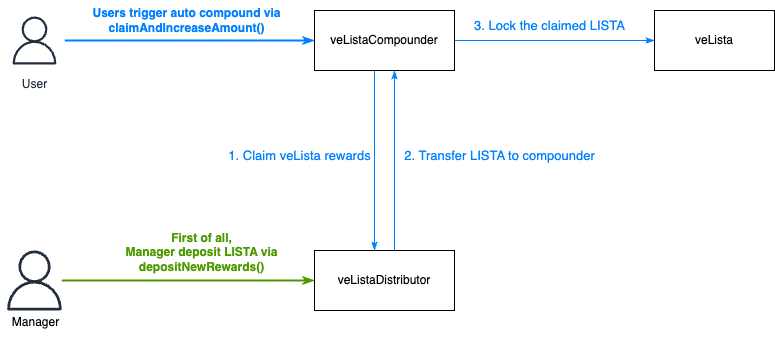
This is diagrams/velista-auto-compound.drawio.png from lista-dao/lista-token, a draw.io export, as it was before one commit. Source tidied: cells renumbered, new cells last; positions are measured from the earlier drawing's top-left corner, leaving out a move shared by most shapes.
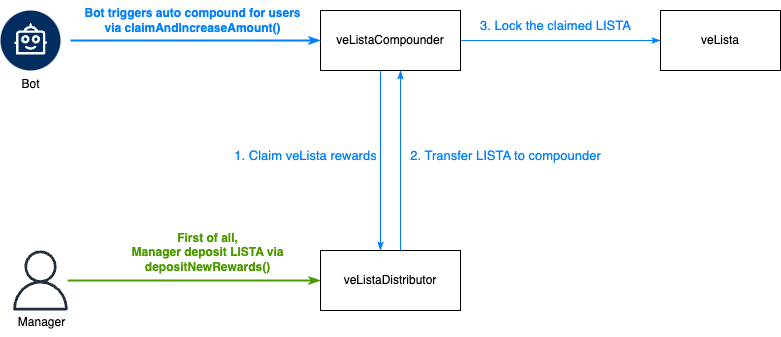
After the change.

Commit message:
chore: update diagram for velista auto compound

The edit, as a diff of the source:
```diff
@@ -23,15 +23,14 @@
     <mxCell id="7" value="veListaCompounder" style="rounded=0;whiteSpace=wrap;html=1;" parent="1" vertex="1">
       <mxGeometry x="314" y="10" width="140" height="60" as="geometry" />
     </mxCell>
-    <mxCell id="8" style="edgeStyle=orthogonalEdgeStyle;rounded=0;jettySize=auto;html=1;exitX=0;exitY=0.5;exitDx=0;exitDy=0;startArrow=classicThin;startFill=1;endArrow=none;endFill=0;strokeWidth=2;strokeColor=#007FFF;" parent="1" edge="1" source="7" target="10">
-      <mxGeometry relative="1" as="geometry" />
+    <mxCell id="8" style="edgeStyle=orthogonalEdgeStyle;rounded=0;jettySize=auto;html=1;exitX=0;exitY=0.5;exitDx=0;exitDy=0;startArrow=classicThin;startFill=1;endArrow=none;endFill=0;strokeWidth=2;strokeColor=#007FFF;" parent="1" edge="1" source="7">
+      <mxGeometry relative="1" as="geometry">
+        <mxPoint x="64" y="40" as="targetPoint" />
+      </mxGeometry>
     </mxCell>
-    <mxCell id="9" value="&lt;b&gt;&lt;font color=&quot;#007fff&quot;&gt;Users trigger auto compound via&lt;br&gt;claimAndIncreaseAmount()&lt;/font&gt;&lt;/b&gt;" style="text;html=1;align=center;verticalAlign=middle;strokeColor=none;fillColor=none;strokeWidth=19;" parent="1" vertex="1">
-      <mxGeometry x="81" width="210" height="40" as="geometry" />
+    <mxCell id="9" value="&lt;b&gt;&lt;font color=&quot;#007fff&quot;&gt;Bot triggers auto compound for users &lt;br&gt;via claimAndIncreaseAmount()&lt;/font&gt;&lt;/b&gt;" style="text;html=1;align=center;verticalAlign=middle;strokeColor=none;fillColor=none;strokeWidth=19;" parent="1" vertex="1">
+      <mxGeometry x="66" width="240" height="40" as="geometry" />
     </mxCell>
-    <mxCell id="10" value="User" style="sketch=0;outlineConnect=0;fontColor=#232F3E;gradientColor=none;strokeColor=#232F3E;fillColor=#ffffff;dashed=0;verticalLabelPosition=bottom;verticalAlign=top;align=center;html=1;fontSize=12;fontStyle=0;shape=mxgraph.aws4.resourceIcon;resIcon=mxgraph.aws4.user;" parent="1" vertex="1">
-      <mxGeometry x="4" y="10" width="60" height="60" as="geometry" />
-    </mxCell>
     <mxCell id="11" value="&lt;font style=&quot;font-size: 13px;&quot; color=&quot;#007fff&quot;&gt;1. Claim veLista rewards&lt;/font&gt;" style="text;html=1;align=center;verticalAlign=middle;strokeColor=none;fillColor=none;" parent="1" vertex="1">
       <mxGeometry x="214" y="140" width="170" height="30" as="geometry" />
     </mxCell>
@@ -56,5 +55,11 @@
     <mxCell id="17" value="&lt;font color=&quot;#4d9900&quot;&gt;&lt;b&gt;First of all, &lt;br&gt;Manager deposit LISTA via&lt;br&gt;depositNewRewards()&lt;/b&gt;&lt;/font&gt;" style="text;html=1;align=center;verticalAlign=middle;strokeColor=none;fillColor=none;" parent="1" vertex="1">
       <mxGeometry x="111" y="222" width="180" height="60" as="geometry" />
     </mxCell>
+    <mxCell id="18" style="verticalLabelPosition=bottom;html=1;shape=mxgraph.salesforce.bots2;" parent="1" vertex="1">
+      <mxGeometry x="-6" y="10" width="60" height="60" as="geometry" />
+    </mxCell>
+    <mxCell id="19" value="Bot" style="text;html=1;align=center;verticalAlign=middle;strokeColor=none;fillColor=none;" parent="1" vertex="1">
+      <mxGeometry x="4" y="69" width="40" height="30" as="geometry" />
+    </mxCell>
   </root>
 </mxGraphModel>
```
